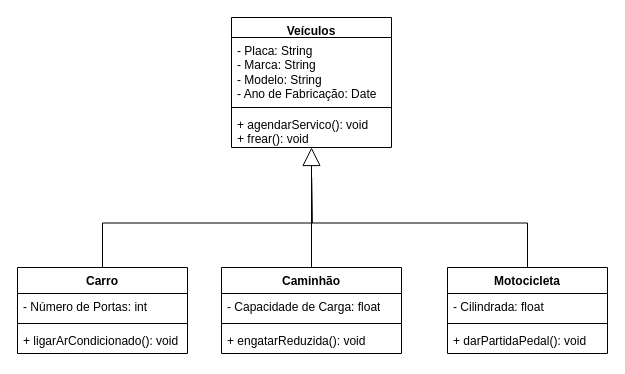
Earlier version of the draw.io diagram 2026-2/Aula-20-10/ATV Java.drawio (kirigaya7447/Estudos_Java_Univas). Source tidied: cells renumbered, new cells numbered last; positions are measured from the earlier drawing's top-left corner, leaving out a move shared by most shapes. Both pictures are drawn from the tidied source at 100%, with x=0, y=0 at pixel (17, 17).
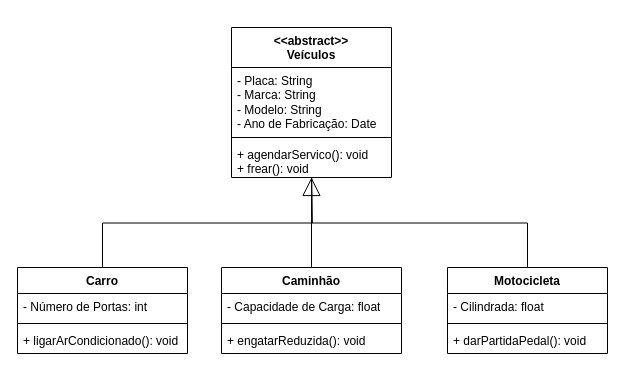
After the change.

What changed in the source:
```diff
@@
-    <mxCell id="2" value="Veículos" style="swimlane;fontStyle=1;align=center;verticalAlign=top;horizontal=1;startSize=20;whiteSpace=wrap;html=1;" parent="1" vertex="1">
-      <mxGeometry x="214" width="160" height="130" as="geometry" />
+    <mxCell id="2" value="&lt;div&gt;&amp;lt;&amp;lt;abstract&amp;gt;&amp;gt;&lt;/div&gt;Veículos" style="swimlane;fontStyle=1;align=center;verticalAlign=top;horizontal=1;startSize=40;whiteSpace=wrap;html=1;" parent="1" vertex="1">
+      <mxGeometry x="214" y="10" width="160" height="150" as="geometry" />
     </mxCell>
     <mxCell id="3" value="- Placa: String&lt;div&gt;- Marca:&amp;nbsp;&lt;span style=&quot;background-color: transparent; color: light-dark(#000000, var(--ge-light-color, #ffffff));&quot;&gt;String&lt;/span&gt;&lt;/div&gt;&lt;div&gt;- Modelo:&amp;nbsp;&lt;span style=&quot;background-color: transparent; color: light-dark(#000000, var(--ge-light-color, #ffffff));&quot;&gt;String&lt;/span&gt;&lt;/div&gt;&lt;div&gt;- Ano de Fabricação: Date&lt;/div&gt;" style="text;strokeColor=none;fillColor=none;align=left;verticalAlign=top;spacingLeft=4;spacingRight=4;overflow=hidden;whiteSpace=wrap;html=1;" parent="2" vertex="1">
-      <mxGeometry y="20" width="160" height="66" as="geometry" />
+      <mxGeometry y="40" width="160" height="66" as="geometry" />
     </mxCell>
     <mxCell id="4" style="line;strokeWidth=1;fillColor=none;align=left;verticalAlign=middle;spacingTop=-1;spacingLeft=3;spacingRight=3;labelPosition=right;strokeColor=inherit;labelPerimeter=1;" parent="2" vertex="1">
-      <mxGeometry y="86" width="160" height="8" as="geometry" />
+      <mxGeometry y="106" width="160" height="8" as="geometry" />
     </mxCell>
     <mxCell id="5" value="+ agendarServico(): void&lt;div&gt;+ frear(): void&lt;/div&gt;" style="text;strokeColor=none;fillColor=none;align=left;verticalAlign=top;spacingLeft=4;spacingRight=4;overflow=hidden;whiteSpace=wrap;html=1;" parent="2" vertex="1">
-      <mxGeometry y="94" width="160" height="36" as="geometry" />
+      <mxGeometry y="114" width="160" height="36" as="geometry" />
     </mxCell>
```
